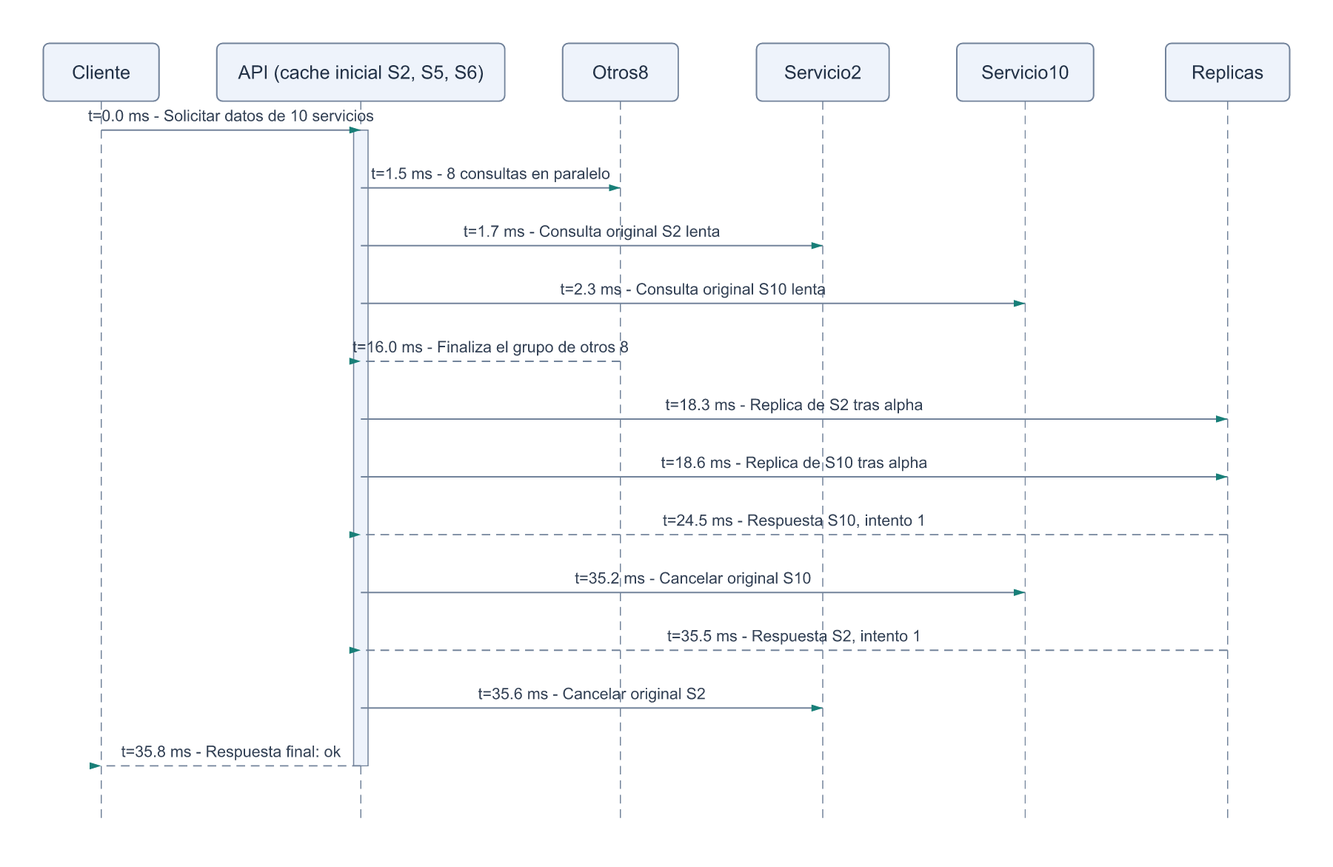
The Mermaid diagram Laboratorio10/PoC3/results/sequence/poc3.png in Fabryzzio-Meza-Torres/arquitectura-de-software, before a commit. Its source is kept beside it as Laboratorio10/PoC3/results/sequence/poc3.mmd.
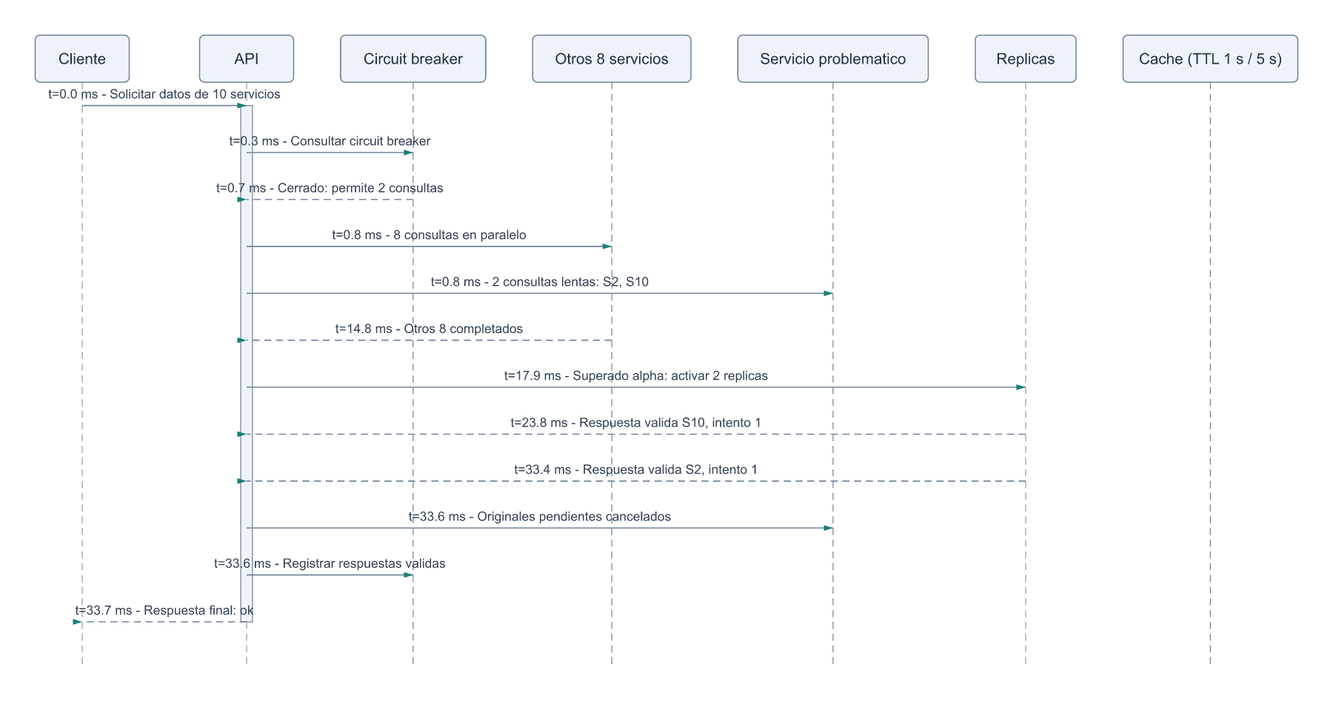
The same file after the commit.

Change to the diagram source:
```diff
@@ -1,19 +1,20 @@
 sequenceDiagram
     participant Cliente
-    participant API as API (cache inicial S2, S5, S6)
-    participant Otros8
-    participant Servicio2
-    participant Servicio10
+    participant API
+    participant Circuito as Circuit breaker
+    participant Otros8 as Otros 8 servicios
+    participant Problema as Servicio problematico
     participant Replicas
+    participant Cache as Cache (TTL 1 s / 5 s)
     Cliente->>+API: t=0.0 ms - Solicitar datos de 10 servicios
-    API->>Otros8: t=1.5 ms - 8 consultas en paralelo
-    API->>Servicio2: t=1.7 ms - Consulta original S2 lenta
-    API->>Servicio10: t=2.3 ms - Consulta original S10 lenta
-    Otros8-->>API: t=16.0 ms - Finaliza el grupo de otros 8
-    API->>Replicas: t=18.3 ms - Replica de S2 tras alpha
-    API->>Replicas: t=18.6 ms - Replica de S10 tras alpha
-    Replicas-->>API: t=24.5 ms - Respuesta S10, intento 1
-    API-xServicio10: t=35.2 ms - Cancelar original S10
-    Replicas-->>API: t=35.5 ms - Respuesta S2, intento 1
-    API-xServicio2: t=35.6 ms - Cancelar original S2
-    API-->>-Cliente: t=35.8 ms - Respuesta final: ok
+    API->>Circuito: t=0.3 ms - Consultar circuit breaker
+    Circuito-->>API: t=0.7 ms - Cerrado: permite 2 consultas
+    API->>Otros8: t=0.8 ms - 8 consultas en paralelo
+    API->>Problema: t=0.8 ms - 2 consultas lentas: S2, S10
+    Otros8-->>API: t=14.8 ms - Otros 8 completados
+    API->>Replicas: t=17.9 ms - Superado alpha: activar 2 replicas
+    Replicas-->>API: t=23.8 ms - Respuesta valida S10, intento 1
+    Replicas-->>API: t=33.4 ms - Respuesta valida S2, intento 1
+    API-xProblema: t=33.6 ms - Originales pendientes cancelados
+    API->>Circuito: t=33.6 ms - Registrar respuestas validas
+    API-->>-Cliente: t=33.7 ms - Respuesta final: ok
```
